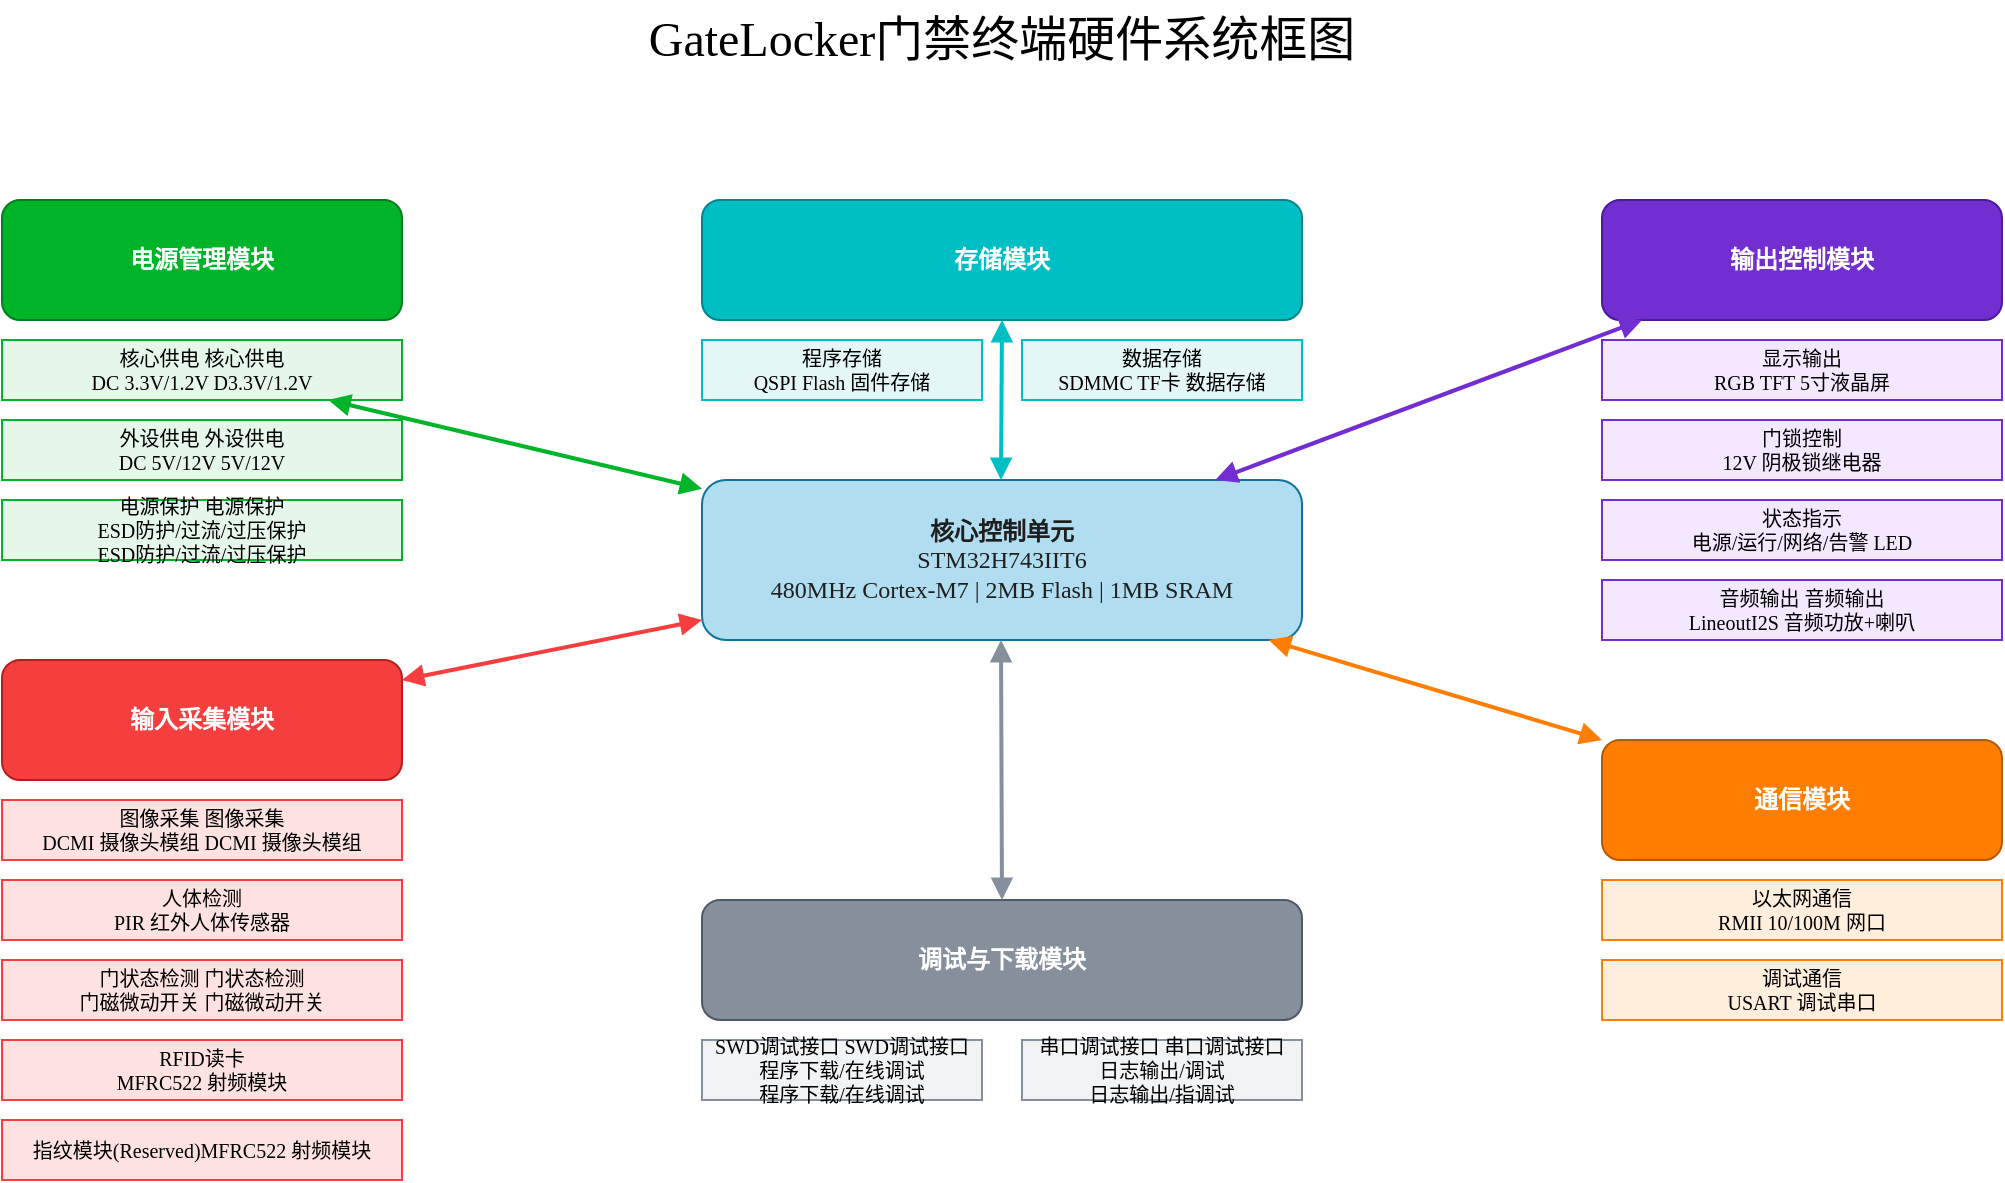
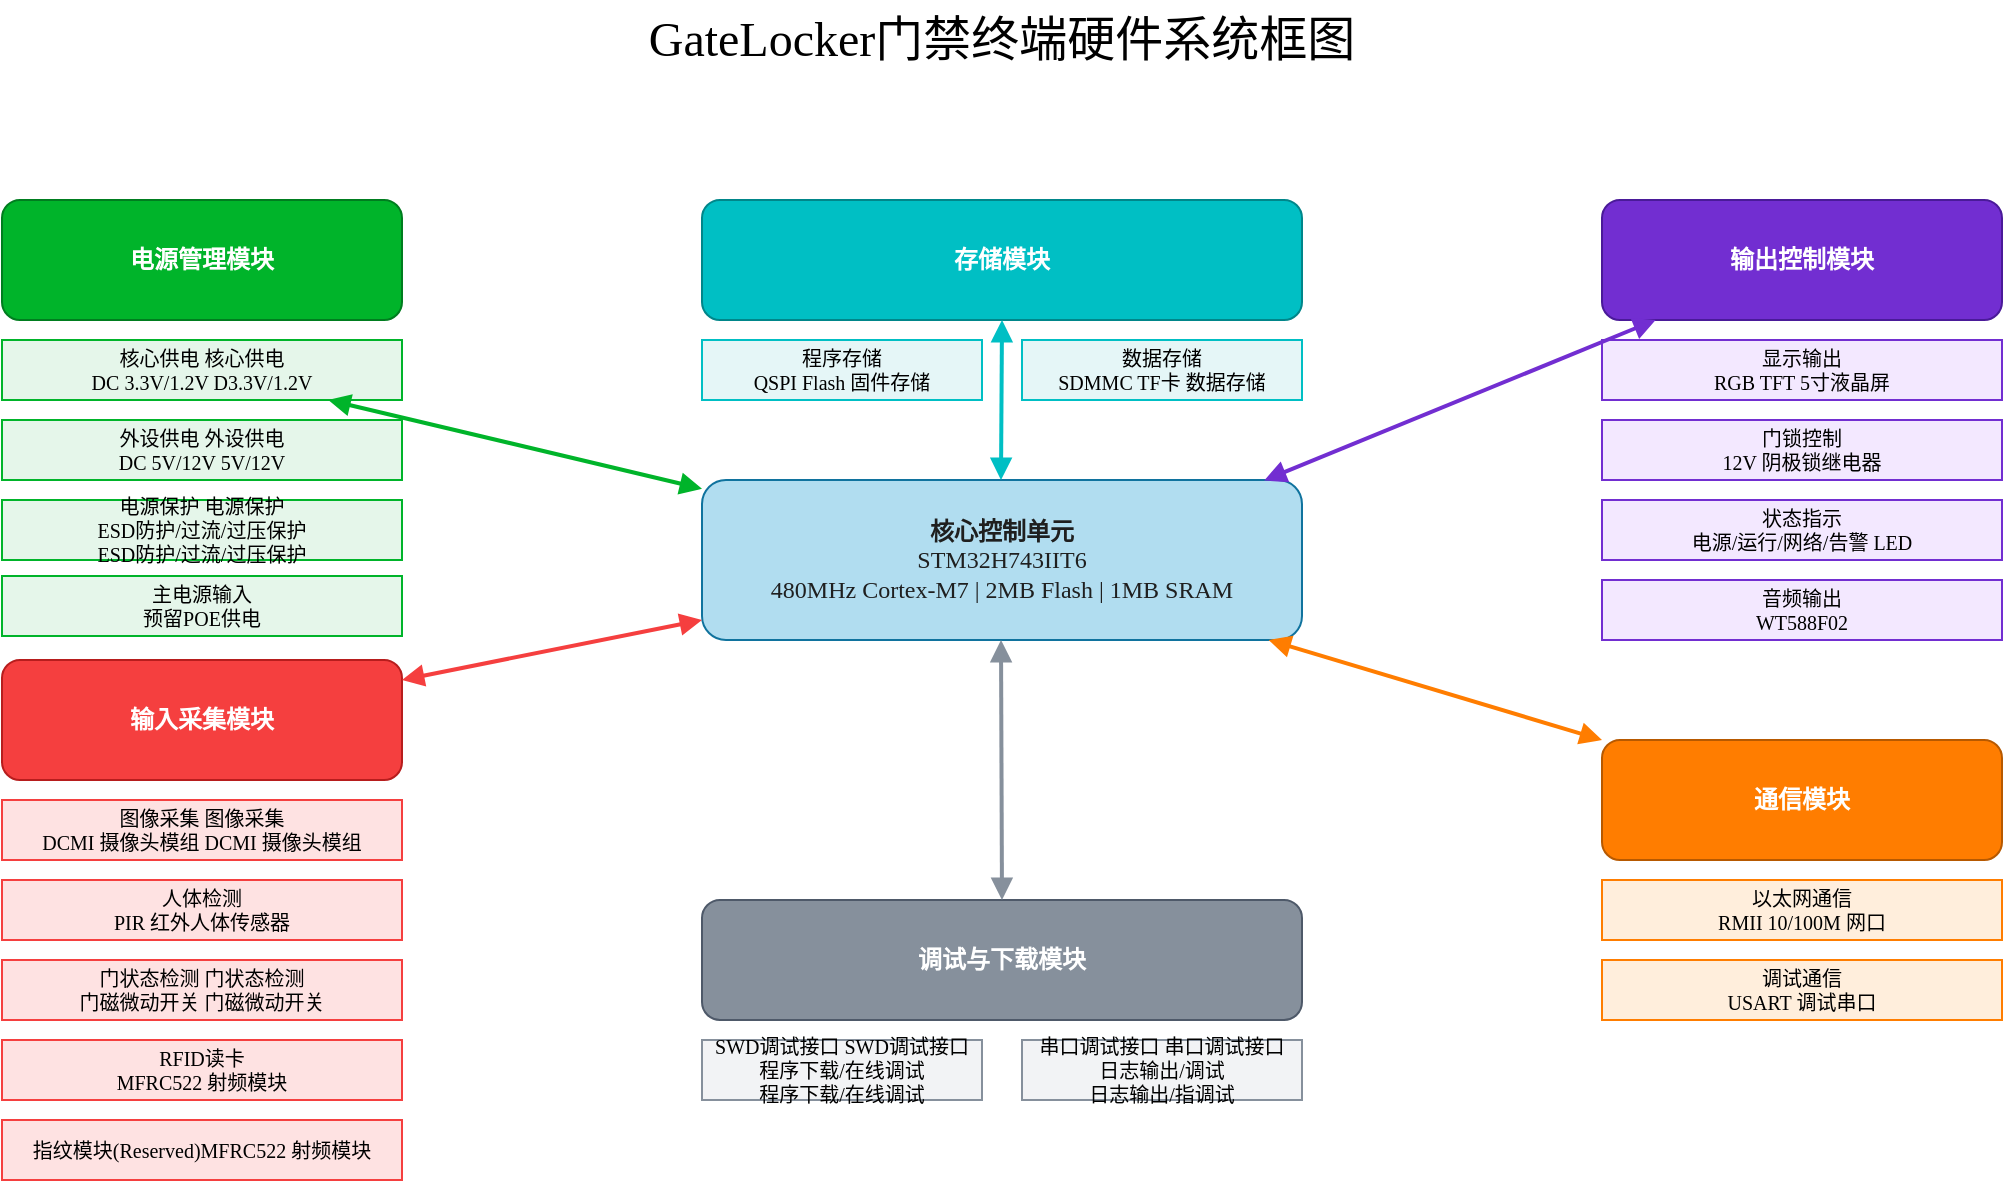
<mxfile host="app.diagrams.net">
  <diagram id="JjUnV6bOo0cUcBlsrNCr" name="GateLocker门禁终端硬件系统框图">
-     <mxGraphModel dx="1571" dy="782" grid="0" gridSize="10" guides="1" tooltips="1" connect="1" arrows="1" fold="1" page="0" pageScale="1" pageWidth="827" pageHeight="1169" math="0" shadow="0">
+     <mxGraphModel dx="1571" dy="840" grid="0" gridSize="10" guides="1" tooltips="1" connect="1" arrows="1" fold="1" page="0" pageScale="1" pageWidth="827" pageHeight="1169" math="0" shadow="0">
      <root>
        <mxCell id="0" />
        <mxCell id="1" parent="0" />
        <mxCell id="EOIqCzflqUVAwcGKjHEf-1" parent="1" style="text;html=1;strokeColor=none;fillColor=none;align=center;verticalAlign=middle;whiteSpace=wrap;rounded=0;fontSize=24;fontWeight=bold;fontFamily=微软雅黑" value="GateLocker门禁终端硬件系统框图" vertex="1">
          <mxGeometry height="40" width="400" x="440" y="60" as="geometry" />
        </mxCell>
        <mxCell id="EOIqCzflqUVAwcGKjHEf-2" parent="1" style="rounded=1;whiteSpace=wrap;html=1;fillColor=#b1ddf0;strokeColor=#10739e;align=center;verticalAlign=middle;fontSize=12;fontFamily=微软雅黑;fontWeight=bold;" value="&lt;span data-doubao-translate-traverse-mark=&quot;1&quot; data-doubao-translate-exclude-mark=&quot;1&quot;&gt;&lt;font style=&quot;color: rgb(31, 31, 31);&quot;&gt;&lt;b data-doubao-translate-traverse-mark=&quot;1&quot; data-doubao-translate-exclude-mark=&quot;1&quot; style=&quot;&quot;&gt;核心控制单元&lt;/b&gt;&lt;br data-doubao-translate-traverse-mark=&quot;1&quot;&gt;STM32H743IIT6&lt;br data-doubao-translate-traverse-mark=&quot;1&quot;&gt;480MHz Cortex-M7 | 2MB Flash | 1MB SRAM&lt;/font&gt;&lt;/span&gt;" vertex="1">
          <mxGeometry height="80" width="300" x="490" y="300" as="geometry" />
        </mxCell>
        <mxCell id="EOIqCzflqUVAwcGKjHEf-3" parent="1" style="rounded=1;whiteSpace=wrap;html=1;fillColor=#00B42A;strokeColor=#007D1F;fontColor=white;align=center;verticalAlign=middle;fontSize=12;fontFamily=微软雅黑;fontWeight=bold" value="&lt;b&gt;电源管理模块&lt;/b&gt;" vertex="1">
          <mxGeometry height="60" width="200" x="140" y="160" as="geometry" />
        </mxCell>
        <mxCell id="EOIqCzflqUVAwcGKjHEf-4" parent="1" style="rounded=0;whiteSpace=wrap;html=1;fillColor=#E5F6EA;strokeColor=#00B42A;align=center;verticalAlign=middle;fontSize=10;fontFamily=微软雅黑" value="核心供电&lt;font class=&quot;__Cici__translate__ __Cici_translate_similar_text_content__&quot;&gt;&lt;font class=&quot;__Cici_translate_origin_node__&quot; style=&quot;display: none;&quot;&gt;核心供电&lt;/font&gt; &lt;font class=&quot;__Cici_translate_translated_inject_node__&quot; style=&quot;display: inline-block;&quot;&gt;&lt;span&gt;核心供电&lt;/span&gt;&lt;/font&gt;&lt;/font&gt;&lt;br data-doubao-translate-traverse-mark=&quot;1&quot;&gt;DC 3.3V/1.2V&lt;font class=&quot;__Cici__translate__ __Cici_translate_similar_text_content__&quot;&gt;&lt;font class=&quot;__Cici_translate_origin_node__&quot; style=&quot;display: none;&quot;&gt;D3.3V/1.2V&lt;/font&gt; &lt;font class=&quot;__Cici_translate_translated_inject_node__&quot; style=&quot;display: inline-block;&quot;&gt;&lt;span&gt;D3.3V/1.2V&lt;/span&gt;&lt;/font&gt;&lt;/font&gt;" vertex="1">
          <mxGeometry height="30" width="200" x="140" y="230" as="geometry" />
        </mxCell>
        <mxCell id="EOIqCzflqUVAwcGKjHEf-5" parent="1" style="rounded=0;whiteSpace=wrap;html=1;fillColor=#E5F6EA;strokeColor=#00B42A;align=center;verticalAlign=middle;fontSize=10;fontFamily=微软雅黑" value="外设供电&lt;font class=&quot;__Cici__translate__ __Cici_translate_similar_text_content__&quot;&gt;&lt;font class=&quot;__Cici_translate_origin_node__&quot; style=&quot;display: none;&quot;&gt;外设供电&lt;/font&gt; &lt;font class=&quot;__Cici_translate_translated_inject_node__&quot; style=&quot;display: inline-block;&quot;&gt;&lt;span&gt;外设供电&lt;/span&gt;&lt;/font&gt;&lt;/font&gt;&lt;br data-doubao-translate-traverse-mark=&quot;1&quot;&gt;DC 5V/12V&lt;font class=&quot;__Cici__translate__ __Cici_translate_similar_text_content__&quot;&gt; &lt;font class=&quot;__Cici_translate_translated_inject_node__&quot; style=&quot;display: inline-block;&quot;&gt;&lt;span&gt;5V/12V&lt;/span&gt;&lt;/font&gt;&lt;/font&gt;" vertex="1">
          <mxGeometry height="30" width="200" x="140" y="270" as="geometry" />
        </mxCell>
        <mxCell id="EOIqCzflqUVAwcGKjHEf-6" parent="1" style="rounded=0;whiteSpace=wrap;html=1;fillColor=#E5F6EA;strokeColor=#00B42A;align=center;verticalAlign=middle;fontSize=10;fontFamily=微软雅黑" value="电源保护&lt;font class=&quot;__Cici__translate__ __Cici_translate_similar_text_content__&quot;&gt;&lt;font class=&quot;__Cici_translate_origin_node__&quot; style=&quot;display: none;&quot;&gt;电源保护&lt;/font&gt; &lt;font class=&quot;__Cici_translate_translated_inject_node__&quot; style=&quot;display: inline-block;&quot;&gt;&lt;span&gt;电源保护&lt;/span&gt;&lt;/font&gt;&lt;/font&gt;&lt;br data-doubao-translate-traverse-mark=&quot;1&quot;&gt;ESD防护/过流/过压保护&lt;font class=&quot;__Cici__translate__ __Cici_translate_similar_text_content__&quot;&gt;&lt;font class=&quot;__Cici_translate_origin_node__&quot; style=&quot;display: none;&quot;&gt;ESD防护/过流/过压保护&lt;/font&gt; &lt;font class=&quot;__Cici_translate_translated_inject_node__&quot; style=&quot;display: inline-block;&quot;&gt;&lt;span&gt;ESD防护/过流/过压保护&lt;/span&gt;&lt;/font&gt;&lt;/font&gt;" vertex="1">
          <mxGeometry height="30" width="200" x="140" y="310" as="geometry" />
        </mxCell>
        <mxCell id="EOIqCzflqUVAwcGKjHEf-7" parent="1" style="rounded=1;whiteSpace=wrap;html=1;fillColor=#F53F3F;strokeColor=#B71D1D;fontColor=white;align=center;verticalAlign=middle;fontSize=12;fontFamily=微软雅黑;fontWeight=bold" value="&lt;b&gt;输入采集模块&lt;/b&gt;" vertex="1">
          <mxGeometry height="60" width="200" x="140" y="390" as="geometry" />
        </mxCell>
        <mxCell id="EOIqCzflqUVAwcGKjHEf-8" parent="1" style="rounded=0;whiteSpace=wrap;html=1;fillColor=#FEE2E2;strokeColor=#F53F3F;align=center;verticalAlign=middle;fontSize=10;fontFamily=微软雅黑" value="图像采集&lt;font class=&quot;__Cici__translate__ __Cici_translate_similar_text_content__&quot;&gt;&lt;font class=&quot;__Cici_translate_origin_node__&quot; style=&quot;display: none;&quot;&gt;图像采集&lt;/font&gt; &lt;font class=&quot;__Cici_translate_translated_inject_node__&quot; style=&quot;display: inline-block;&quot;&gt;&lt;span&gt;图像采集&lt;/span&gt;&lt;/font&gt;&lt;/font&gt;&lt;br data-doubao-translate-traverse-mark=&quot;1&quot;&gt;DCMI 摄像头模组&lt;font class=&quot;__Cici__translate__ __Cici_translate_similar_text_content__&quot;&gt;&lt;font class=&quot;__Cici_translate_origin_node__&quot; style=&quot;display: none;&quot;&gt;DCMI 摄像头模组&lt;/font&gt; &lt;font class=&quot;__Cici_translate_translated_inject_node__&quot; style=&quot;display: inline-block;&quot;&gt;&lt;span&gt;DCMI 摄像头模组&lt;/span&gt;&lt;/font&gt;&lt;/font&gt;" vertex="1">
          <mxGeometry height="30" width="200" x="140" y="460" as="geometry" />
        </mxCell>
        <mxCell id="EOIqCzflqUVAwcGKjHEf-9" parent="1" style="rounded=0;whiteSpace=wrap;html=1;fillColor=#FEE2E2;strokeColor=#F53F3F;align=center;verticalAlign=middle;fontSize=10;fontFamily=微软雅黑" value="人体检测&lt;br&gt;PIR 红外人体传感器" vertex="1">
          <mxGeometry height="30" width="200" x="140" y="500" as="geometry" />
        </mxCell>
        <mxCell id="EOIqCzflqUVAwcGKjHEf-10" parent="1" style="rounded=0;whiteSpace=wrap;html=1;fillColor=#FEE2E2;strokeColor=#F53F3F;align=center;verticalAlign=middle;fontSize=10;fontFamily=微软雅黑" value="门状态检测&lt;font class=&quot;__Cici__translate__ __Cici_translate_similar_text_content__&quot;&gt;&lt;font class=&quot;__Cici_translate_origin_node__&quot; style=&quot;display: none;&quot;&gt;门状态检测&lt;/font&gt; &lt;font class=&quot;__Cici_translate_translated_inject_node__&quot; style=&quot;display: inline-block;&quot;&gt;&lt;span&gt;门状态检测&lt;/span&gt;&lt;/font&gt;&lt;/font&gt;&lt;br data-doubao-translate-traverse-mark=&quot;1&quot;&gt;门磁微动开关&lt;font class=&quot;__Cici__translate__ __Cici_translate_similar_text_content__&quot;&gt;&lt;font class=&quot;__Cici_translate_origin_node__&quot; style=&quot;display: none;&quot;&gt;门磁微动开关&lt;/font&gt; &lt;font class=&quot;__Cici_translate_translated_inject_node__&quot; style=&quot;display: inline-block;&quot;&gt;&lt;span&gt;门磁微动开关&lt;/span&gt;&lt;/font&gt;&lt;/font&gt;" vertex="1">
          <mxGeometry height="30" width="200" x="140" y="540" as="geometry" />
        </mxCell>
        <mxCell id="EOIqCzflqUVAwcGKjHEf-11" parent="1" style="rounded=0;whiteSpace=wrap;html=1;fillColor=#FEE2E2;strokeColor=#F53F3F;align=center;verticalAlign=middle;fontSize=10;fontFamily=微软雅黑" value="RFID读卡&lt;br&gt;MFRC522 射频模块" vertex="1">
          <mxGeometry height="30" width="200" x="140" y="580" as="geometry" />
        </mxCell>
        <mxCell id="EOIqCzflqUVAwcGKjHEf-12" parent="1" style="rounded=1;whiteSpace=wrap;html=1;fillColor=#722ED1;strokeColor=#4A1A99;fontColor=white;align=center;verticalAlign=middle;fontSize=12;fontFamily=微软雅黑;fontWeight=bold" value="&lt;b&gt;输出控制模块&lt;/b&gt;" vertex="1">
          <mxGeometry height="60" width="200" x="940" y="160" as="geometry" />
        </mxCell>
        <mxCell id="EOIqCzflqUVAwcGKjHEf-13" parent="1" style="rounded=0;whiteSpace=wrap;html=1;fillColor=#F3E8FF;strokeColor=#722ED1;align=center;verticalAlign=middle;fontSize=10;fontFamily=微软雅黑" value="显示输出&lt;br&gt;RGB TFT 5寸液晶屏" vertex="1">
          <mxGeometry height="30" width="200" x="940" y="230" as="geometry" />
        </mxCell>
        <mxCell id="EOIqCzflqUVAwcGKjHEf-14" parent="1" style="rounded=0;whiteSpace=wrap;html=1;fillColor=#F3E8FF;strokeColor=#722ED1;align=center;verticalAlign=middle;fontSize=10;fontFamily=微软雅黑" value="门锁控制&lt;br&gt;12V 阴极锁继电器" vertex="1">
          <mxGeometry height="30" width="200" x="940" y="270" as="geometry" />
        </mxCell>
        <mxCell id="EOIqCzflqUVAwcGKjHEf-15" parent="1" style="rounded=0;whiteSpace=wrap;html=1;fillColor=#F3E8FF;strokeColor=#722ED1;align=center;verticalAlign=middle;fontSize=10;fontFamily=微软雅黑" value="状态指示&lt;br&gt;电源/运行/网络/告警 LED" vertex="1">
          <mxGeometry height="30" width="200" x="940" y="310" as="geometry" />
        </mxCell>
-         <mxCell id="EOIqCzflqUVAwcGKjHEf-16" parent="1" style="rounded=0;whiteSpace=wrap;html=1;fillColor=#F3E8FF;strokeColor=#722ED1;align=center;verticalAlign=middle;fontSize=10;fontFamily=微软雅黑" value="音频输出&lt;font class=&quot;__Cici__translate__ __Cici_translate_similar_text_content__&quot;&gt;&lt;font class=&quot;__Cici_translate_origin_node__&quot; style=&quot;display: none;&quot;&gt;音频输出&lt;/font&gt; &lt;font class=&quot;__Cici_translate_translated_inject_node__&quot; style=&quot;display: inline-block;&quot;&gt;&lt;span&gt;音频输出&lt;/span&gt;&lt;/font&gt;&lt;/font&gt;&lt;br data-doubao-translate-traverse-mark=&quot;1&quot;&gt;Lineout&lt;font class=&quot;__Cici__translate__ __Cici_translate_similar_text_content__&quot;&gt;&lt;font class=&quot;__Cici_translate_translated_inject_node__&quot; style=&quot;display: inline-block;&quot;&gt;&lt;span&gt;I2S 音频功放+喇叭&lt;/span&gt;&lt;/font&gt;&lt;/font&gt;" vertex="1">
+         <mxCell id="EOIqCzflqUVAwcGKjHEf-16" parent="1" style="rounded=0;whiteSpace=wrap;html=1;fillColor=#F3E8FF;strokeColor=#722ED1;align=center;verticalAlign=middle;fontSize=10;fontFamily=微软雅黑" value="音频输出&lt;font class=&quot;__Cici__translate__&quot; data-translating=&quot;true&quot;&gt;&lt;font class=&quot;__Cici_translate_origin_node__&quot; style=&quot;display: none;&quot;&gt;音频输出&lt;/font&gt;&lt;font class=&quot;__Cici_translate_loading__&quot; style=&quot;display: inline-block;&quot;&gt;&lt;i class=&quot;__Cici_translate_loading_inner__&quot;&gt;&lt;/i&gt;&lt;/font&gt;&lt;/font&gt;&lt;div data-doubao-translate-traverse-mark=&quot;1&quot;&gt;&lt;/div&gt;&lt;div data-doubao-translate-traverse-mark=&quot;1&quot; data-doubao-translate-exclude-mark=&quot;1&quot;&gt;WT588F02&lt;/div&gt;" vertex="1">
          <mxGeometry height="30" width="200" x="940" y="350" as="geometry" />
        </mxCell>
        <mxCell id="EOIqCzflqUVAwcGKjHEf-17" parent="1" style="rounded=1;whiteSpace=wrap;html=1;fillColor=#FF7D00;strokeColor=#B75900;fontColor=white;align=center;verticalAlign=middle;fontSize=12;fontFamily=微软雅黑;fontWeight=bold" value="&lt;b&gt;通信模块&lt;/b&gt;" vertex="1">
          <mxGeometry height="60" width="200" x="940" y="430" as="geometry" />
        </mxCell>
        <mxCell id="EOIqCzflqUVAwcGKjHEf-18" parent="1" style="rounded=0;whiteSpace=wrap;html=1;fillColor=#FFEEDC;strokeColor=#FF7D00;align=center;verticalAlign=middle;fontSize=10;fontFamily=微软雅黑" value="以太网通信&lt;br&gt;RMII 10/100M 网口" vertex="1">
          <mxGeometry height="30" width="200" x="940" y="500" as="geometry" />
        </mxCell>
        <mxCell id="EOIqCzflqUVAwcGKjHEf-19" parent="1" style="rounded=0;whiteSpace=wrap;html=1;fillColor=#FFEEDC;strokeColor=#FF7D00;align=center;verticalAlign=middle;fontSize=10;fontFamily=微软雅黑" value="调试通信&lt;br&gt;USART 调试串口" vertex="1">
          <mxGeometry height="30" width="200" x="940" y="540" as="geometry" />
        </mxCell>
        <mxCell id="EOIqCzflqUVAwcGKjHEf-20" parent="1" style="rounded=1;whiteSpace=wrap;html=1;fillColor=#00BFC4;strokeColor=#00868A;fontColor=white;align=center;verticalAlign=middle;fontSize=12;fontFamily=微软雅黑;fontWeight=bold" value="&lt;b&gt;存储模块&lt;/b&gt;" vertex="1">
          <mxGeometry height="60" width="300" x="490" y="160" as="geometry" />
        </mxCell>
        <mxCell id="EOIqCzflqUVAwcGKjHEf-21" parent="1" style="rounded=0;whiteSpace=wrap;html=1;fillColor=#E5F6F7;strokeColor=#00BFC4;align=center;verticalAlign=middle;fontSize=10;fontFamily=微软雅黑" value="程序存储&lt;br&gt;QSPI Flash 固件存储" vertex="1">
          <mxGeometry height="30" width="140" x="490" y="230" as="geometry" />
        </mxCell>
        <mxCell id="EOIqCzflqUVAwcGKjHEf-22" parent="1" style="rounded=0;whiteSpace=wrap;html=1;fillColor=#E5F6F7;strokeColor=#00BFC4;align=center;verticalAlign=middle;fontSize=10;fontFamily=微软雅黑" value="数据存储&lt;br&gt;SDMMC TF卡 数据存储" vertex="1">
          <mxGeometry height="30" width="140" x="650" y="230" as="geometry" />
        </mxCell>
        <mxCell id="EOIqCzflqUVAwcGKjHEf-23" parent="1" style="rounded=1;whiteSpace=wrap;html=1;fillColor=#86909C;strokeColor=#4E5969;fontColor=white;align=center;verticalAlign=middle;fontSize=12;fontFamily=微软雅黑;fontWeight=bold" value="&lt;b&gt;调试与下载模块&lt;/b&gt;" vertex="1">
          <mxGeometry height="60" width="300" x="490" y="510" as="geometry" />
        </mxCell>
        <mxCell id="EOIqCzflqUVAwcGKjHEf-24" parent="1" style="rounded=0;whiteSpace=wrap;html=1;fillColor=#F2F3F5;strokeColor=#86909C;align=center;verticalAlign=middle;fontSize=10;fontFamily=微软雅黑" value="SWD调试接口&lt;font class=&quot;__Cici__translate__ __Cici_translate_similar_text_content__&quot;&gt;&lt;font class=&quot;__Cici_translate_origin_node__&quot; style=&quot;display: none;&quot;&gt;SWD调试接口&lt;/font&gt; &lt;font class=&quot;__Cici_translate_translated_inject_node__&quot; style=&quot;display: inline-block;&quot;&gt;&lt;span&gt;SWD调试接口&lt;/span&gt;&lt;/font&gt;&lt;/font&gt;&lt;br data-doubao-translate-traverse-mark=&quot;1&quot;&gt;程序下载/在线调试&lt;font class=&quot;__Cici__translate__ __Cici_translate_similar_text_content__&quot;&gt;&lt;font class=&quot;__Cici_translate_origin_node__&quot; style=&quot;display: none;&quot;&gt;程序下载/在线调试&lt;/font&gt; &lt;font class=&quot;__Cici_translate_translated_inject_node__&quot; style=&quot;display: inline-block;&quot;&gt;&lt;span&gt;程序下载/在线调试&lt;/span&gt;&lt;/font&gt;&lt;/font&gt;" vertex="1">
          <mxGeometry height="30" width="140" x="490" y="580" as="geometry" />
        </mxCell>
        <mxCell id="EOIqCzflqUVAwcGKjHEf-25" parent="1" style="rounded=0;whiteSpace=wrap;html=1;fillColor=#F2F3F5;strokeColor=#86909C;align=center;verticalAlign=middle;fontSize=10;fontFamily=微软雅黑" value="串口调试接口&lt;font class=&quot;__Cici__translate__ __Cici_translate_similar_text_content__&quot;&gt;&lt;font class=&quot;__Cici_translate_origin_node__&quot; style=&quot;display: none;&quot;&gt;串口调试接口&lt;/font&gt; &lt;font class=&quot;__Cici_translate_translated_inject_node__&quot; style=&quot;display: inline-block;&quot;&gt;&lt;span&gt;串口调试接口&lt;/span&gt;&lt;/font&gt;&lt;/font&gt;&lt;br data-doubao-translate-traverse-mark=&quot;1&quot;&gt;日志输出/调试&lt;font class=&quot;__Cici__translate__ __Cici_translate_similar_text_content__&quot;&gt;&lt;font class=&quot;__Cici_translate_origin_node__&quot; style=&quot;display: none;&quot;&gt;日志输出/指调试&lt;/font&gt; &lt;font class=&quot;__Cici_translate_translated_inject_node__&quot; style=&quot;display: inline-block;&quot;&gt;&lt;span&gt;日志输出/指调试&lt;/span&gt;&lt;/font&gt;&lt;/font&gt;" vertex="1">
          <mxGeometry height="30" width="140" x="650" y="580" as="geometry" />
        </mxCell>
        <mxCell id="EOIqCzflqUVAwcGKjHEf-26" edge="1" parent="1" source="EOIqCzflqUVAwcGKjHEf-4" style="endArrow=block;html=1;strokeWidth=2;strokeColor=#00B42A;startArrow=block;startFill=1;" target="EOIqCzflqUVAwcGKjHEf-2" value="">
          <mxGeometry relative="1" as="geometry" />
        </mxCell>
        <mxCell id="EOIqCzflqUVAwcGKjHEf-27" edge="1" parent="1" source="EOIqCzflqUVAwcGKjHEf-7" style="endArrow=block;html=1;strokeWidth=2;strokeColor=#F53F3F;startArrow=block;startFill=1;" target="EOIqCzflqUVAwcGKjHEf-2" value="">
          <mxGeometry relative="1" as="geometry" />
        </mxCell>
-         <mxCell id="EOIqCzflqUVAwcGKjHEf-28" edge="1" parent="1" source="EOIqCzflqUVAwcGKjHEf-2" style="endArrow=block;html=1;strokeWidth=2;strokeColor=#722ED1;startArrow=block;startFill=1;" target="EOIqCzflqUVAwcGKjHEf-12" value="">
-           <mxGeometry relative="1" as="geometry" />
+         <mxCell id="EOIqCzflqUVAwcGKjHEf-28" edge="1" parent="1" source="EOIqCzflqUVAwcGKjHEf-2" style="endArrow=block;html=1;strokeWidth=2;strokeColor=#722ED1;startArrow=block;startFill=1;exitX=0.937;exitY=0.003;exitDx=0;exitDy=0;exitPerimeter=0;" target="EOIqCzflqUVAwcGKjHEf-12" value="">
+           <mxGeometry relative="1" as="geometry">
+             <mxPoint x="771" y="295" as="sourcePoint" />
+           </mxGeometry>
        </mxCell>
        <mxCell id="EOIqCzflqUVAwcGKjHEf-29" edge="1" parent="1" source="EOIqCzflqUVAwcGKjHEf-2" style="endArrow=block;html=1;strokeWidth=2;strokeColor=#FF7D00;startArrow=block;startFill=1;" target="EOIqCzflqUVAwcGKjHEf-17" value="">
          <mxGeometry relative="1" as="geometry" />
        </mxCell>
        <mxCell id="EOIqCzflqUVAwcGKjHEf-30" edge="1" parent="1" source="EOIqCzflqUVAwcGKjHEf-20" style="endArrow=block;html=1;strokeWidth=2;strokeColor=#00BFC4;startArrow=block;startFill=1;exitX=0.5;exitY=1;exitDx=0;exitDy=0;" value="">
          <mxGeometry relative="1" as="geometry">
            <mxPoint x="639.5" y="250" as="sourcePoint" />
            <mxPoint x="639.5" y="300" as="targetPoint" />
          </mxGeometry>
        </mxCell>
        <mxCell id="EOIqCzflqUVAwcGKjHEf-31" edge="1" parent="1" style="endArrow=block;html=1;strokeWidth=2;strokeColor=#86909C;startArrow=block;startFill=1;" value="">
          <mxGeometry relative="1" as="geometry">
            <mxPoint x="639.5" y="380" as="sourcePoint" />
            <mxPoint x="640" y="510" as="targetPoint" />
          </mxGeometry>
        </mxCell>
        <mxCell id="EOIqCzflqUVAwcGKjHEf-32" parent="1" style="rounded=0;whiteSpace=wrap;html=1;fillColor=#FEE2E2;strokeColor=#F53F3F;align=center;verticalAlign=middle;fontSize=10;fontFamily=微软雅黑" value="指纹模块(Reserved)&lt;font class=&quot;__Cici__translate__ __Cici_translate_similar_text_content__&quot;&gt;&lt;font class=&quot;__Cici_translate_origin_node__&quot; style=&quot;display: none;&quot;&gt;MFRC522 射频模块&lt;/font&gt;&lt;font class=&quot;__Cici_translate_translated_inject_node__&quot; style=&quot;display: inline-block;&quot;&gt;&lt;span&gt;MFRC522 射频模块&lt;/span&gt;&lt;/font&gt;&lt;/font&gt;" vertex="1">
          <mxGeometry height="30" width="200" x="140" y="620" as="geometry" />
        </mxCell>
+         <mxCell id="r4jLRtohh7AFSdW0hNlP-1" parent="1" style="rounded=0;whiteSpace=wrap;html=1;fillColor=#E5F6EA;strokeColor=#00B42A;align=center;verticalAlign=middle;fontSize=10;fontFamily=微软雅黑" value="主电源输入&lt;font class=&quot;__Cici__translate__&quot; data-translating=&quot;true&quot;&gt;&lt;font class=&quot;__Cici_translate_origin_node__&quot; style=&quot;display: none;&quot;&gt;主电源输入&lt;/font&gt;&lt;font class=&quot;__Cici_translate_loading__&quot; style=&quot;display: inline-block;&quot;&gt;&lt;i class=&quot;__Cici_translate_loading_inner__&quot;&gt;&lt;/i&gt;&lt;/font&gt;&lt;/font&gt;&lt;div data-doubao-translate-traverse-mark=&quot;1&quot;&gt;预留POE供电&lt;/div&gt;" vertex="1">
+           <mxGeometry height="30" width="200" x="140" y="348" as="geometry" />
+         </mxCell>
      </root>
    </mxGraphModel>
  </diagram>
</mxfile>
